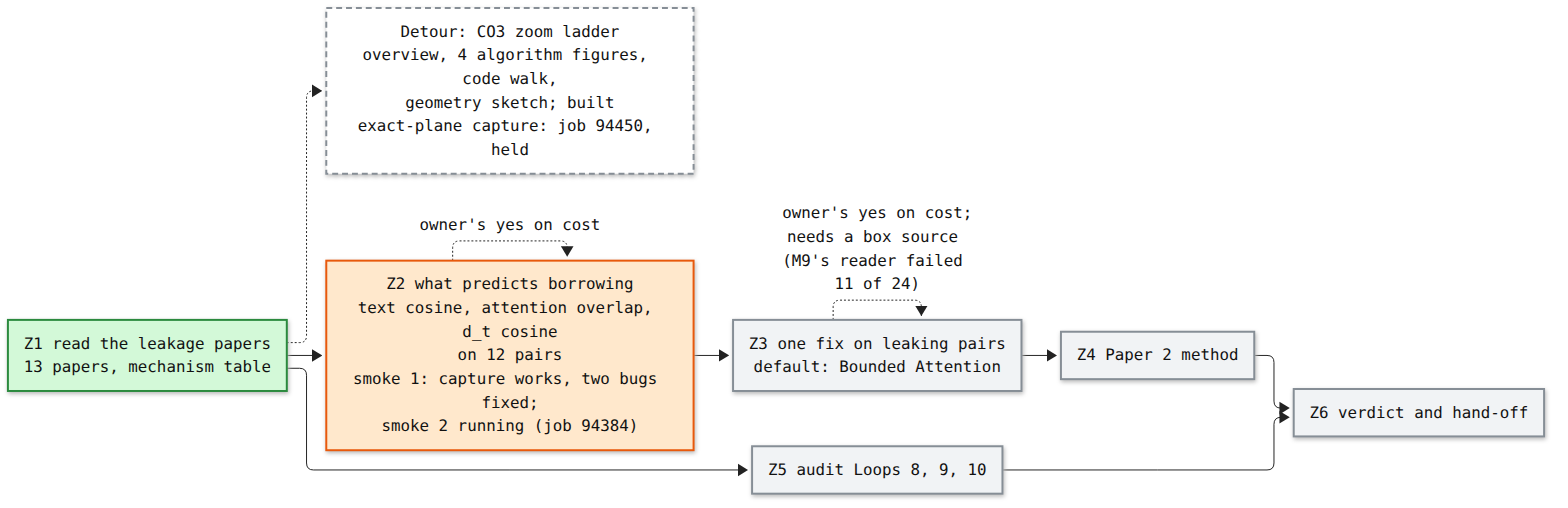
mo-rsa24/concept-composition keeps this Mermaid diagram as artifacts/notes/progress/leakage/loop-12-progress.png. Above is the earlier version. Its source is kept beside it as artifacts/notes/progress/leakage/loop-12-progress.mmd.
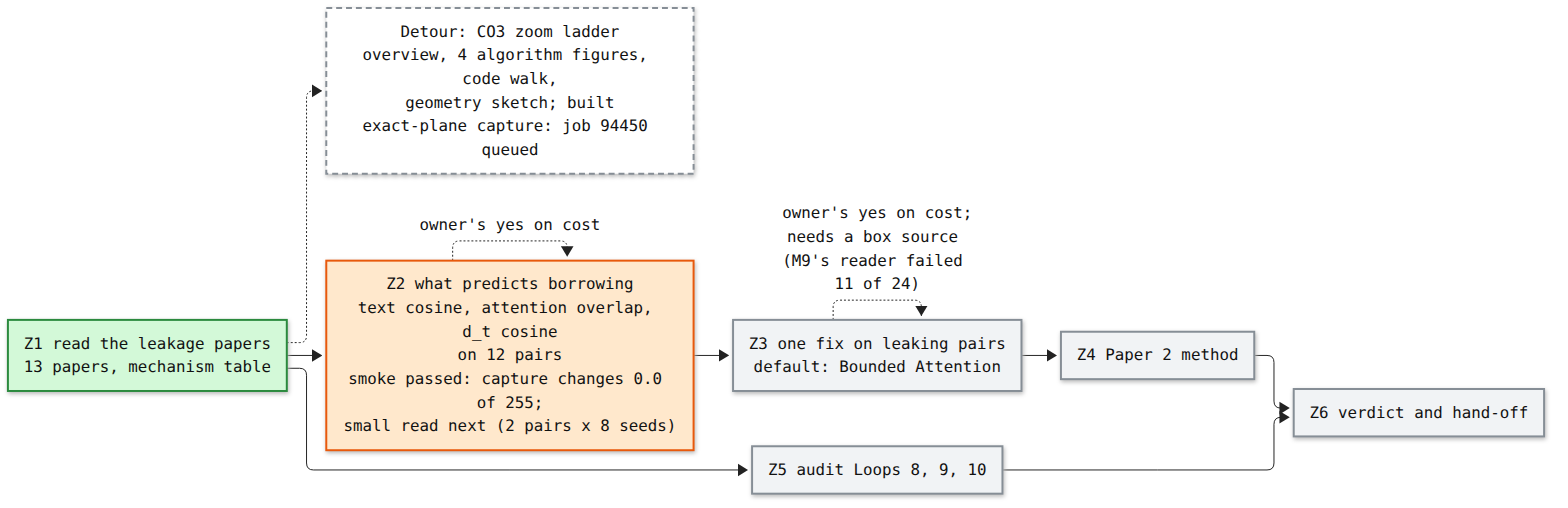
After the change.

Commit message:
Loop 12 map: Z2 smoke passed

Change to the diagram source:
```diff
@@ -1,12 +1,12 @@
 %%{init: {'theme': 'base', 'themeVariables': {'fontFamily': 'monospace', 'primaryColor': '#ffffff', 'primaryBorderColor': '#222222', 'primaryTextColor': '#111111', 'lineColor': '#222222'}}}%%
 flowchart LR
   Z1["Z1 read the leakage papers<br/>13 papers, mechanism table"]:::done
-  Z2["Z2 what predicts borrowing<br/>text cosine, attention overlap, d_t cosine<br/>on 12 pairs<br/>smoke 1: capture works, two bugs fixed;<br/>smoke 2 running (job 94384)"]:::doing
+  Z2["Z2 what predicts borrowing<br/>text cosine, attention overlap, d_t cosine<br/>on 12 pairs<br/>smoke passed: capture changes 0.0 of 255;<br/>small read next (2 pairs x 8 seeds)"]:::doing
   Z3["Z3 one fix on leaking pairs<br/>default: Bounded Attention"]:::todo
   Z4["Z4 Paper 2 method"]:::todo
   Z5["Z5 audit Loops 8, 9, 10"]:::todo
   Z6["Z6 verdict and hand-off"]:::todo
-  LAD["Detour: CO3 zoom ladder<br/>overview, 4 algorithm figures, code walk,<br/>geometry sketch; built<br/>exact-plane capture: job 94450, held"]:::detour
+  LAD["Detour: CO3 zoom ladder<br/>overview, 4 algorithm figures, code walk,<br/>geometry sketch; built<br/>exact-plane capture: job 94450 queued"]:::detour
   Z1 -.-> LAD
   Z1 --> Z2 --> Z3 --> Z4 --> Z6
   Z1 --> Z5 --> Z6
```
